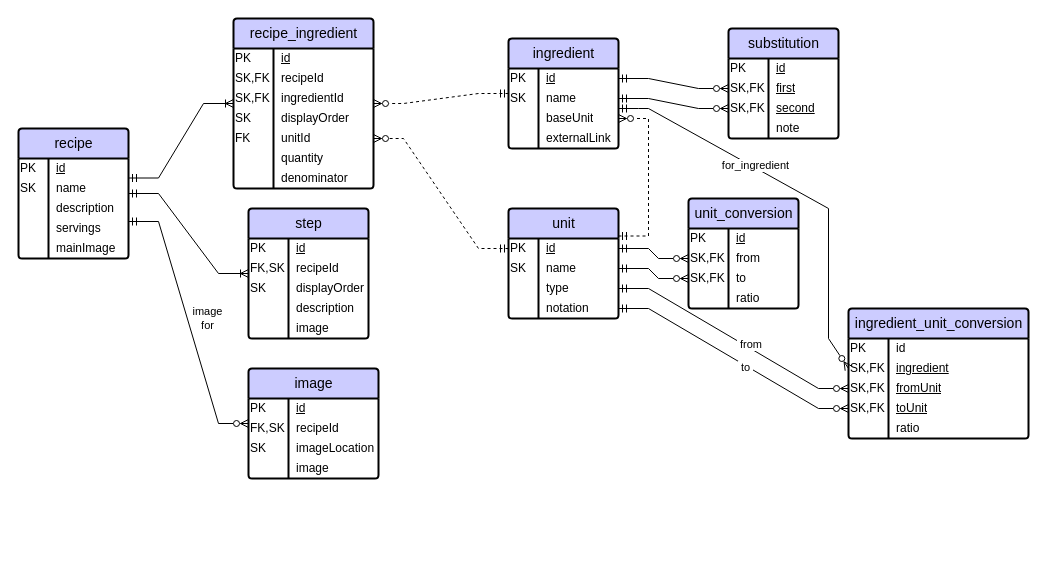
Before: diagrams/recipes.drawio in watsonkh/CMSC608-AdvancedDatabaseProject, a draw.io diagram. Source tidied: cells renumbered, new cells numbered last; positions are measured from the earlier drawing's top-left corner, leaving out a move shared by most shapes. Both pictures are drawn from the tidied source at 100%, with x=0, y=0 at pixel (18, 18).
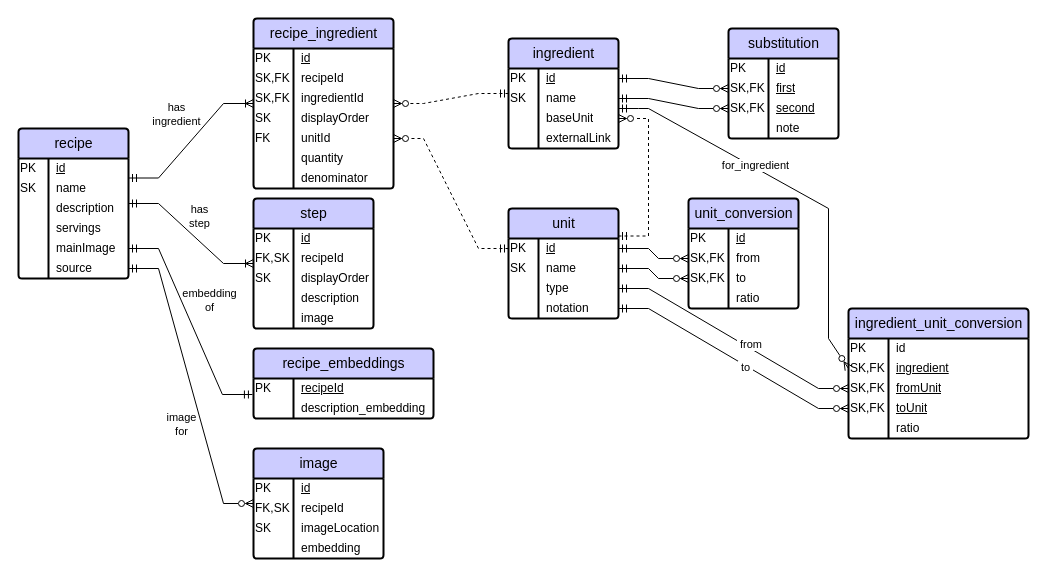
The same page after the edit.

The change refers to these unchanged cells:
```xml
<mxCell id="37" style="shape=tableRow;horizontal=0;startSize=0;swimlaneHead=0;swimlaneBody=0;fillColor=none;points=[[0,0.5],[1,0.5]];portConstraint=eastwest;top=0;left=0;right=0;bottom=0;" parent="27" vertex="1">
  <mxGeometry y="90" width="110" height="20" as="geometry" />
</mxCell>
<mxCell id="40" style="shape=tableRow;horizontal=0;startSize=0;swimlaneHead=0;swimlaneBody=0;fillColor=none;points=[[0,0.5],[1,0.5]];portConstraint=eastwest;top=0;left=0;right=0;bottom=0;" parent="27" vertex="1">
  <mxGeometry y="110" width="110" height="20" as="geometry" />
</mxCell>
<mxCell id="126" style="shape=tableRow;horizontal=0;startSize=0;swimlaneHead=0;swimlaneBody=0;fillColor=none;top=0;left=0;right=0;bottom=0;" parent="116" vertex="1">
  <mxGeometry y="90" width="130" height="20" as="geometry" />
</mxCell>
```

What changed in the source:
```diff
@@
     <mxCell id="5" value="&lt;span style=&quot;font-weight: normal;&quot;&gt;&lt;font style=&quot;font-size: 14px;&quot;&gt;recipe_ingredient&lt;/font&gt;&lt;/span&gt;" style="shape=table;startSize=30;childLayout=tableLayout;rowLines=0;fontStyle=1;align=center;html=1;fillColor=light-dark(#ccccff, #ededed);strokeWidth=2;rounded=1;arcSize=4;" parent="1" vertex="1">
-      <mxGeometry x="215" width="140" height="170" as="geometry" />
+      <mxGeometry x="235" width="140" height="170" as="geometry" />
     </mxCell>
@@
     <mxCell id="27" value="&lt;span style=&quot;font-weight: normal;&quot;&gt;&lt;font style=&quot;font-size: 14px;&quot;&gt;recipe&lt;/font&gt;&lt;/span&gt;" style="shape=table;startSize=30;childLayout=tableLayout;rowLines=0;fontStyle=1;align=center;html=1;fillColor=light-dark(#ccccff, #ededed);strokeWidth=2;rounded=1;arcSize=4;" parent="1" vertex="1">
-      <mxGeometry y="110" width="110" height="130" as="geometry" />
+      <mxGeometry y="110" width="110" height="150" as="geometry" />
     </mxCell>
@@
+    <mxCell id="154" style="shape=tableRow;horizontal=0;startSize=0;swimlaneHead=0;swimlaneBody=0;fillColor=none;points=[[0,0.5],[1,0.5]];portConstraint=eastwest;top=0;left=0;right=0;bottom=0;" parent="27" vertex="1">
+      <mxGeometry y="130" width="110" height="20" as="geometry" />
+    </mxCell>
+    <mxCell id="155" style="shape=partialRectangle;fillColor=none;top=0;left=0;bottom=0;right=0;overflow=hidden;whiteSpace=wrap;html=1;align=left;" parent="154" vertex="1">
+      <mxGeometry width="30" height="20" as="geometry" />
+    </mxCell>
+    <mxCell id="156" value="source" style="shape=partialRectangle;fillColor=none;top=0;left=0;bottom=0;right=0;align=left;spacingLeft=6;overflow=hidden;whiteSpace=wrap;html=1;" parent="154" vertex="1">
+      <mxGeometry x="30" width="80" height="20" as="geometry" />
+    </mxCell>
     <mxCell id="43" value="&lt;span style=&quot;font-weight: normal;&quot;&gt;&lt;font style=&quot;font-size: 14px;&quot;&gt;step&lt;/font&gt;&lt;/span&gt;" style="shape=table;startSize=30;childLayout=tableLayout;rowLines=0;fontStyle=1;align=center;html=1;fillColor=light-dark(#ccccff, #ededed);strokeWidth=2;rounded=1;arcSize=4;" parent="1" vertex="1">
-      <mxGeometry x="230" y="190" width="120" height="130" as="geometry" />
+      <mxGeometry x="235" y="180" width="120" height="130" as="geometry" />
     </mxCell>
@@
     <mxCell id="116" value="&lt;span style=&quot;font-weight: normal;&quot;&gt;&lt;font style=&quot;font-size: 14px;&quot;&gt;image&lt;/font&gt;&lt;/span&gt;" style="shape=table;startSize=30;childLayout=tableLayout;rowLines=0;fontStyle=1;align=center;html=1;fillColor=light-dark(#ccccff, #ededed);strokeWidth=2;rounded=1;arcSize=4;" parent="1" vertex="1">
-      <mxGeometry x="230" y="350" width="130" height="110" as="geometry" />
+      <mxGeometry x="235" y="430" width="130" height="110" as="geometry" />
     </mxCell>
@@
-    <mxCell id="128" value="image" style="shape=partialRectangle;fillColor=none;top=0;left=0;bottom=0;right=0;align=left;spacingLeft=6;overflow=hidden;whiteSpace=wrap;html=1;" parent="126" vertex="1">
+    <mxCell id="128" value="embedding" style="shape=partialRectangle;fillColor=none;top=0;left=0;bottom=0;right=0;align=left;spacingLeft=6;overflow=hidden;whiteSpace=wrap;html=1;" parent="126" vertex="1">
       <mxGeometry x="40" width="90" height="20" as="geometry" />
     </mxCell>
-    <mxCell id="129" style="edgeStyle=entityRelationEdgeStyle;fontSize=12;html=1;endArrow=ERmandOne;rounded=0;startArrow=ERzeroToMany;startFill=0;endFill=0;entryX=1;entryY=0.15;entryDx=0;entryDy=0;entryPerimeter=0;" parent="1" edge="1" source="116" target="37">
+    <mxCell id="129" style="edgeStyle=entityRelationEdgeStyle;fontSize=12;html=1;endArrow=ERmandOne;rounded=0;startArrow=ERzeroToMany;startFill=0;endFill=0;entryX=1;entryY=0.5;entryDx=0;entryDy=0;" parent="1" edge="1" source="116" target="154">
       <mxGeometry relative="1" as="geometry">
         <Array as="points">
           <mxPoint x="80" y="365" />
           <mxPoint x="20" y="355" />
+          <mxPoint x="120" y="240" />
           <mxPoint x="200" y="335" />
           <mxPoint x="180" y="285" />
           <mxPoint x="210" y="365" />
           <mxPoint x="70" y="355" />
         </Array>
       </mxGeometry>
     </mxCell>
     <mxCell id="130" value="image&lt;div&gt;for&lt;/div&gt;" style="edgeLabel;html=1;align=center;verticalAlign=middle;" parent="129" vertex="1">
       <mxGeometry x="-0.11" y="-2" relative="1" as="geometry">
-        <mxPoint x="12" y="-19" as="offset" />
+        <mxPoint x="-16" y="22" as="offset" />
       </mxGeometry>
     </mxCell>
@@
+    <mxCell id="157" value="has&lt;div&gt;step&lt;/div&gt;" style="edgeLabel;html=1;align=center;verticalAlign=middle;" parent="1" vertex="1">
+      <mxGeometry x="170.3" y="344" as="geometry">
+        <mxPoint x="10" y="-147" as="offset" />
+      </mxGeometry>
+    </mxCell>
+    <mxCell id="158" value="has&lt;div&gt;ingredient&lt;/div&gt;" style="edgeLabel;html=1;align=center;verticalAlign=middle;" parent="1" vertex="1">
+      <mxGeometry x="159" y="89" as="geometry">
+        <mxPoint x="-2" y="6" as="offset" />
+      </mxGeometry>
+    </mxCell>
+    <mxCell id="159" value="&lt;span style=&quot;font-weight: normal;&quot;&gt;&lt;font style=&quot;font-size: 14px;&quot;&gt;recipe_embeddings&lt;/font&gt;&lt;/span&gt;" style="shape=table;startSize=30;childLayout=tableLayout;rowLines=0;fontStyle=1;align=center;html=1;fillColor=light-dark(#ccccff, #ededed);strokeWidth=2;rounded=1;arcSize=4;" parent="1" vertex="1">
+      <mxGeometry x="235" y="330" width="180" height="70" as="geometry" />
+    </mxCell>
+    <mxCell id="160" style="shape=tableRow;horizontal=0;startSize=0;swimlaneHead=0;swimlaneBody=0;fillColor=none;top=0;left=0;right=0;bottom=0;" parent="159" vertex="1">
+      <mxGeometry y="30" width="180" height="20" as="geometry" />
+    </mxCell>
+    <mxCell id="161" value="PK" style="shape=partialRectangle;fillColor=none;top=0;left=0;bottom=0;right=0;overflow=hidden;whiteSpace=wrap;html=1;align=left;" parent="160" vertex="1">
+      <mxGeometry width="40" height="20" as="geometry" />
+    </mxCell>
+    <mxCell id="162" value="&lt;u&gt;recipeId&lt;/u&gt;" style="shape=partialRectangle;fillColor=none;top=0;left=0;bottom=0;right=0;align=left;spacingLeft=6;overflow=hidden;whiteSpace=wrap;html=1;" parent="160" vertex="1">
+      <mxGeometry x="40" width="140" height="20" as="geometry" />
+    </mxCell>
+    <mxCell id="163" style="shape=tableRow;horizontal=0;startSize=0;swimlaneHead=0;swimlaneBody=0;fillColor=none;points=[[0,0.5],[1,0.5]];portConstraint=eastwest;top=0;left=0;right=0;bottom=0;" parent="159" vertex="1">
+      <mxGeometry y="50" width="180" height="20" as="geometry" />
+    </mxCell>
+    <mxCell id="164" style="shape=partialRectangle;fillColor=none;top=0;left=0;bottom=0;right=0;overflow=hidden;whiteSpace=wrap;html=1;align=left;" parent="163" vertex="1">
+      <mxGeometry width="40" height="20" as="geometry" />
+    </mxCell>
+    <mxCell id="165" value="description_embedding" style="shape=partialRectangle;fillColor=none;top=0;left=0;bottom=0;right=0;align=left;spacingLeft=6;overflow=hidden;whiteSpace=wrap;html=1;" parent="163" vertex="1">
+      <mxGeometry x="40" width="140" height="20" as="geometry" />
+    </mxCell>
+    <mxCell id="166" style="edgeStyle=entityRelationEdgeStyle;fontSize=12;html=1;endArrow=ERmandOne;rounded=0;startArrow=ERmandOne;startFill=0;endFill=0;entryX=1;entryY=0.5;entryDx=0;entryDy=0;exitX=-0.006;exitY=-0.2;exitDx=0;exitDy=0;exitPerimeter=0;" parent="1" edge="1" source="163" target="40">
+      <mxGeometry relative="1" as="geometry">
+        <Array as="points">
+          <mxPoint x="90" y="375" />
+          <mxPoint x="330" y="360" />
+          <mxPoint x="30" y="365" />
+          <mxPoint x="130" y="250" />
+          <mxPoint x="210" y="345" />
+          <mxPoint x="190" y="295" />
+          <mxPoint x="220" y="375" />
+          <mxPoint x="80" y="365" />
+        </Array>
+      </mxGeometry>
+    </mxCell>
+    <mxCell id="167" value="embedding&lt;div&gt;of&lt;/div&gt;" style="edgeLabel;html=1;align=center;verticalAlign=middle;labelBackgroundColor=none;" parent="166" vertex="1">
+      <mxGeometry x="-0.11" y="-2" relative="1" as="geometry">
+        <mxPoint x="12" y="-31" as="offset" />
+      </mxGeometry>
+    </mxCell>
```
